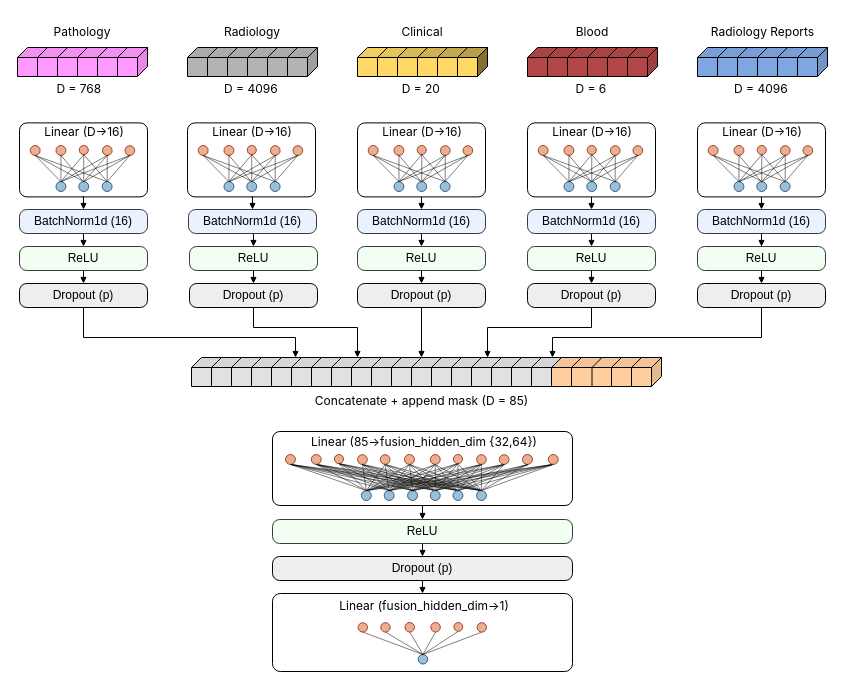
Above: MLP.drawio in marcalvi/drawio-nn-templates (draw.io), before the change. Source tidied: cells renumbered, new cells numbered last; positions are measured from the earlier drawing's top-left corner, leaving out a move shared by most shapes. Both pictures are drawn from the tidied source at 100%, with x=0, y=0 at pixel (17, 17).
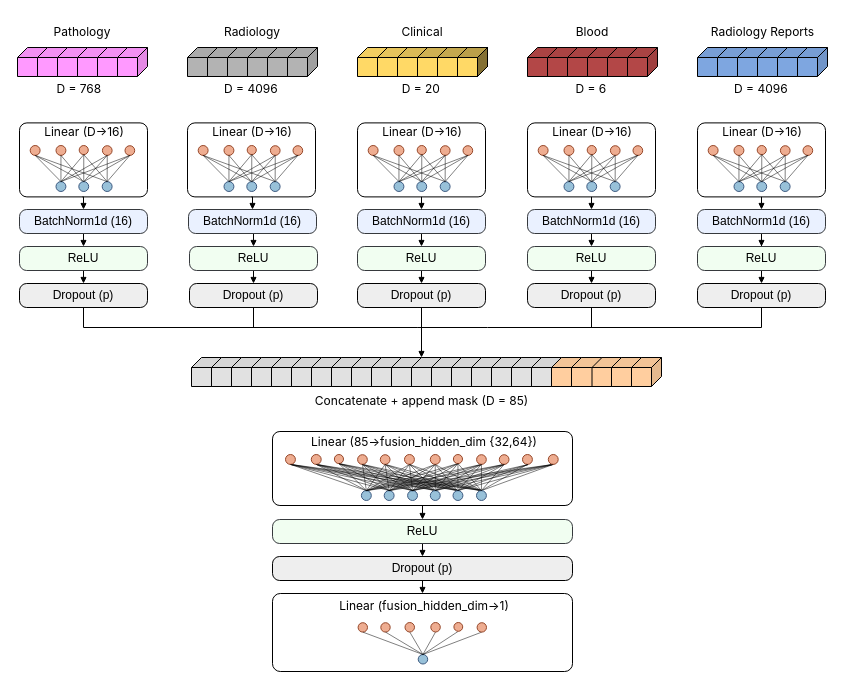
Above is the later version.

Unchanged cells that the change refers to:
```xml
<mxCell id="93" value="Dropout (p)" style="rounded=1;whiteSpace=wrap;html=1;fillColor=#EEEEEE;rotation=0;arcSize=30;strokeColor=#000000;gradientColor=none;" parent="1" vertex="1">
  <mxGeometry x="2" y="266" width="128" height="24" as="geometry" />
</mxCell>
<mxCell id="94" value="Dropout (p)" style="rounded=1;whiteSpace=wrap;html=1;fillColor=#EEEEEE;rotation=0;arcSize=30;strokeColor=#000000;gradientColor=none;" parent="1" vertex="1">
  <mxGeometry x="172" y="266" width="128" height="24" as="geometry" />
</mxCell>
<mxCell id="96" value="Dropout (p)" style="rounded=1;whiteSpace=wrap;html=1;fillColor=#EEEEEE;rotation=0;arcSize=30;strokeColor=#000000;gradientColor=none;" parent="1" vertex="1">
  <mxGeometry x="510" y="266" width="128" height="24" as="geometry" />
</mxCell>
<mxCell id="97" value="Dropout (p)" style="rounded=1;whiteSpace=wrap;html=1;fillColor=#EEEEEE;rotation=0;arcSize=30;strokeColor=#000000;gradientColor=none;" parent="1" vertex="1">
  <mxGeometry x="680" y="266" width="128" height="24" as="geometry" />
</mxCell>
```

The edit, as a diff of the source:
```diff
@@
-    <mxCell id="103" style="edgeStyle=orthogonalEdgeStyle;shape=connector;rounded=0;jettySize=auto;html=1;exitX=0.5;exitY=1;exitDx=0;exitDy=0;strokeColor=default;align=center;verticalAlign=middle;fontFamily=Helvetica;fontSize=11;fontColor=default;labelBackgroundColor=default;endArrow=block;endFill=1;endSize=4;" parent="1" edge="1" source="93">
+    <mxCell id="103" style="edgeStyle=orthogonalEdgeStyle;shape=connector;rounded=0;jettySize=auto;html=1;exitX=0.5;exitY=1;exitDx=0;exitDy=0;strokeColor=default;align=center;verticalAlign=middle;fontFamily=Helvetica;fontSize=11;fontColor=default;labelBackgroundColor=default;endArrow=none;endFill=0;endSize=4;" parent="1" edge="1" source="93">
       <mxGeometry relative="1" as="geometry">
-        <mxPoint x="278" y="340" as="targetPoint" />
+        <mxPoint x="400" y="310" as="targetPoint" />
         <Array as="points">
-          <mxPoint x="66" y="320" />
-          <mxPoint x="278" y="320" />
+          <mxPoint x="66" y="310" />
         </Array>
       </mxGeometry>
     </mxCell>
-    <mxCell id="104" style="edgeStyle=orthogonalEdgeStyle;shape=connector;rounded=0;jettySize=auto;html=1;exitX=0.5;exitY=1;exitDx=0;exitDy=0;strokeColor=default;align=center;verticalAlign=middle;fontFamily=Helvetica;fontSize=11;fontColor=default;labelBackgroundColor=default;endArrow=block;endFill=1;endSize=4;" parent="1" edge="1" source="94">
+    <mxCell id="104" style="edgeStyle=orthogonalEdgeStyle;shape=connector;rounded=0;jettySize=auto;html=1;exitX=0.5;exitY=1;exitDx=0;exitDy=0;strokeColor=default;align=center;verticalAlign=middle;fontFamily=Helvetica;fontSize=11;fontColor=default;labelBackgroundColor=default;endArrow=none;endFill=0;endSize=4;" parent="1" edge="1" source="94">
       <mxGeometry relative="1" as="geometry">
-        <mxPoint x="340" y="340" as="targetPoint" />
+        <mxPoint x="400" y="310" as="targetPoint" />
         <Array as="points">
           <mxPoint x="236" y="310" />
           <mxPoint x="340" y="310" />
         </Array>
       </mxGeometry>
     </mxCell>
@@
-    <mxCell id="106" style="edgeStyle=orthogonalEdgeStyle;shape=connector;rounded=0;jettySize=auto;html=1;exitX=0.5;exitY=1;exitDx=0;exitDy=0;strokeColor=default;align=center;verticalAlign=middle;fontFamily=Helvetica;fontSize=11;fontColor=default;labelBackgroundColor=default;endArrow=block;endFill=1;endSize=4;" parent="1" edge="1" source="96">
+    <mxCell id="106" style="edgeStyle=orthogonalEdgeStyle;shape=connector;rounded=0;jettySize=auto;html=1;exitX=0.5;exitY=1;exitDx=0;exitDy=0;strokeColor=default;align=center;verticalAlign=middle;fontFamily=Helvetica;fontSize=11;fontColor=default;labelBackgroundColor=default;endArrow=none;endFill=0;endSize=4;" parent="1" edge="1" source="96">
       <mxGeometry relative="1" as="geometry">
-        <mxPoint x="470" y="340" as="targetPoint" />
+        <mxPoint x="400" y="310" as="targetPoint" />
         <Array as="points">
           <mxPoint x="574" y="310" />
           <mxPoint x="470" y="310" />
         </Array>
       </mxGeometry>
     </mxCell>
-    <mxCell id="107" style="edgeStyle=orthogonalEdgeStyle;shape=connector;rounded=0;jettySize=auto;html=1;exitX=0.5;exitY=1;exitDx=0;exitDy=0;strokeColor=default;align=center;verticalAlign=middle;fontFamily=Helvetica;fontSize=11;fontColor=default;labelBackgroundColor=default;endArrow=block;endFill=1;endSize=4;" parent="1" edge="1" source="97">
+    <mxCell id="107" style="edgeStyle=orthogonalEdgeStyle;shape=connector;rounded=0;jettySize=auto;html=1;exitX=0.5;exitY=1;exitDx=0;exitDy=0;strokeColor=default;align=center;verticalAlign=middle;fontFamily=Helvetica;fontSize=11;fontColor=default;labelBackgroundColor=default;endArrow=none;endFill=0;endSize=4;" parent="1" edge="1" source="97">
       <mxGeometry relative="1" as="geometry">
-        <mxPoint x="535" y="340" as="targetPoint" />
+        <mxPoint x="530" y="310" as="targetPoint" />
         <Array as="points">
-          <mxPoint x="744" y="320" />
-          <mxPoint x="535" y="320" />
+          <mxPoint x="744" y="310" />
         </Array>
       </mxGeometry>
     </mxCell>
```
